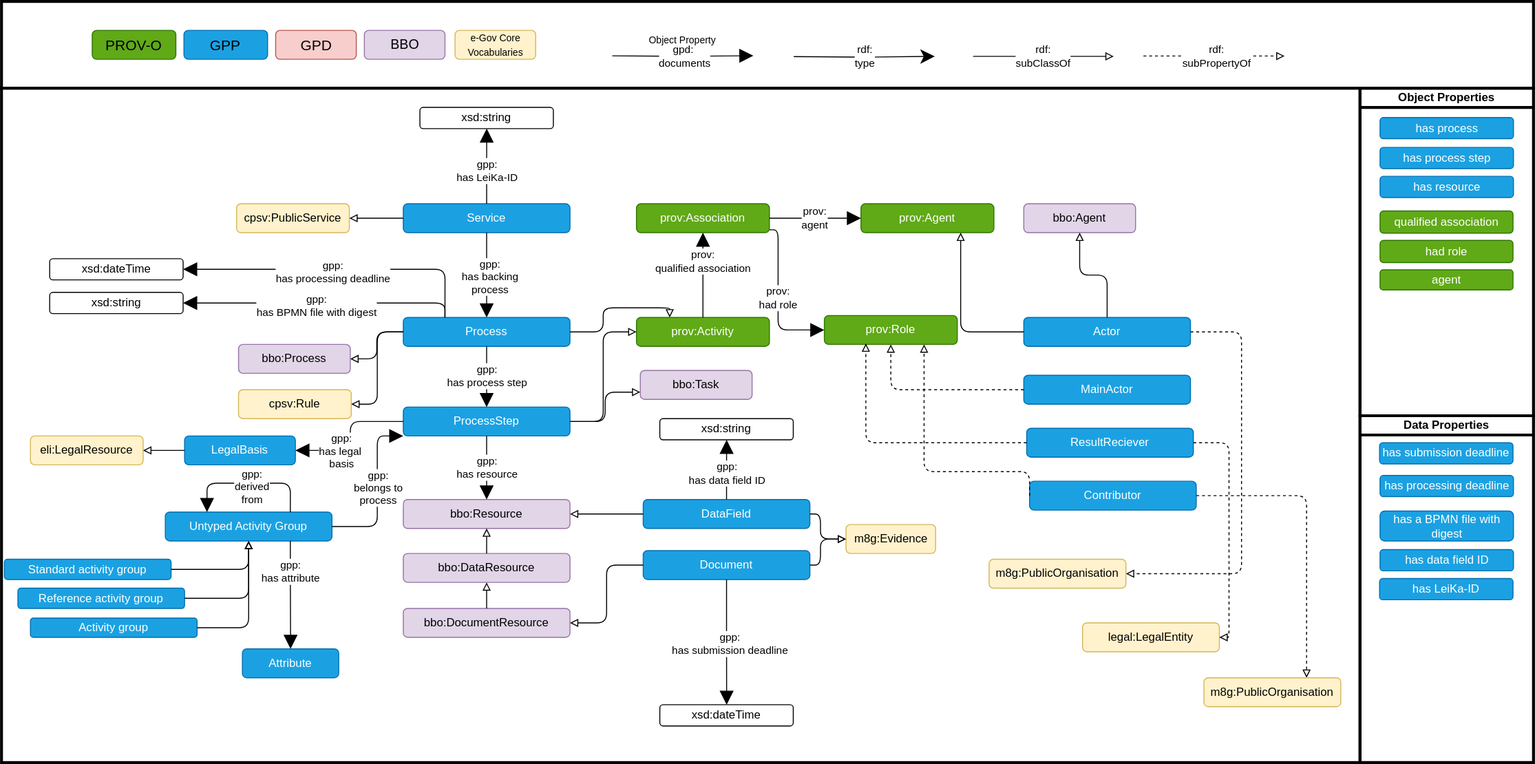
Earlier version of the draw.io export ontology/gop_diagram.svg (fusion-jena/GerPS-Process). Source tidied: cells renumbered, new cells last; positions are measured from the earlier drawing's top-left corner, leaving out a move shared by most shapes.
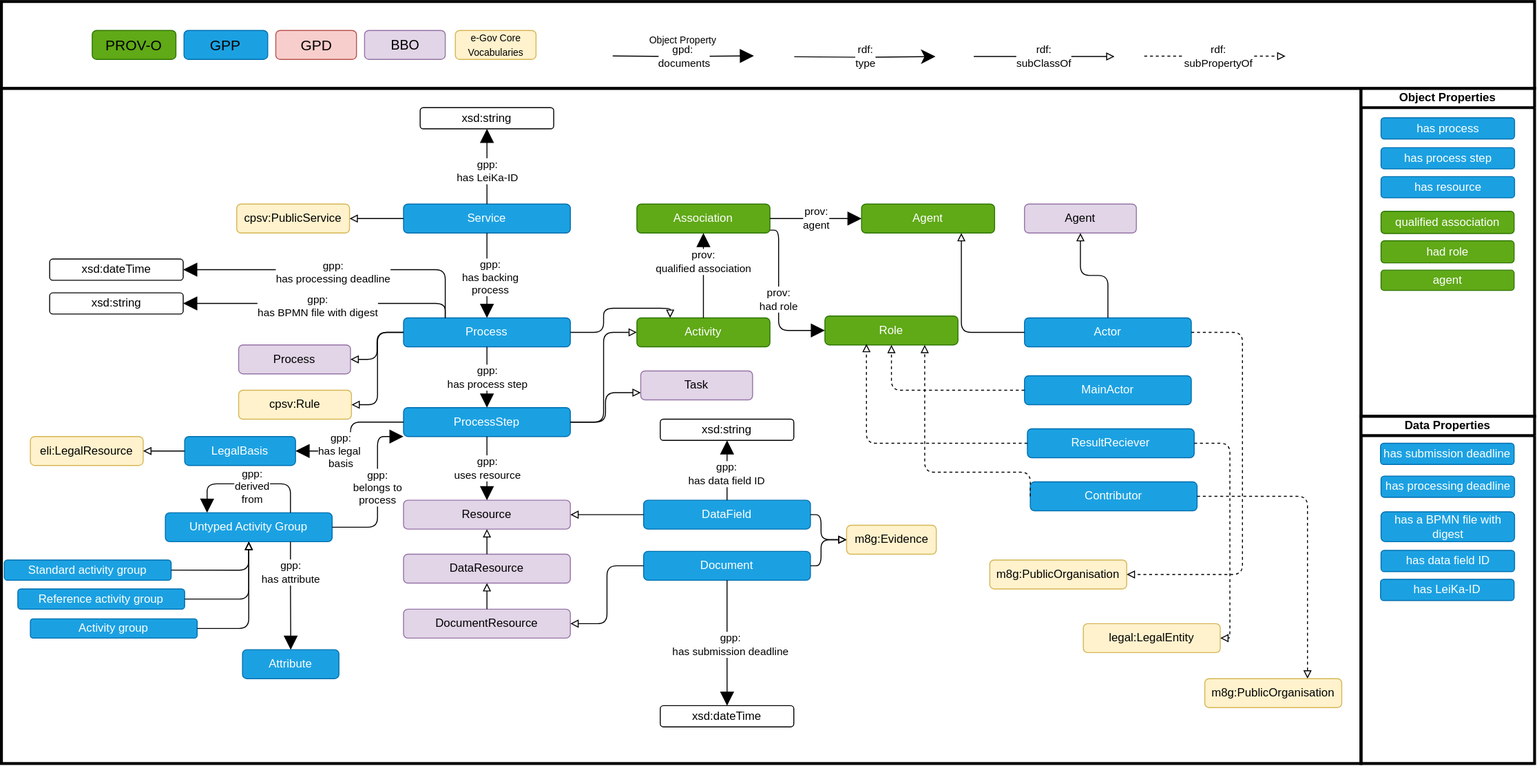
The same file after the commit.

Commit message:
fix typo in diagram

The edit, as a diff of the source:
```diff
@@ -14,7 +14,7 @@
     <mxCell id="5" value="cpsv:Rule" style="rounded=1;whiteSpace=wrap;html=1;fillColor=#fff2cc;strokeColor=#d6b656;" parent="1" vertex="1">
       <mxGeometry x="246" y="403" width="117" height="30" as="geometry" />
     </mxCell>
-    <mxCell id="6" value="bbo:Process" style="rounded=1;whiteSpace=wrap;html=1;fillColor=#e1d5e7;strokeColor=#9673a6;" parent="1" vertex="1">
+    <mxCell id="6" value="Process" style="rounded=1;whiteSpace=wrap;html=1;fillColor=#e1d5e7;strokeColor=#9673a6;" parent="1" vertex="1">
       <mxGeometry x="246" y="356" width="116" height="30" as="geometry" />
     </mxCell>
     <mxCell id="7" value="LegalBasis" style="rounded=1;whiteSpace=wrap;html=1;fillColor=#1ba1e2;fontColor=#ffffff;strokeColor=#006EAF;" parent="1" vertex="1">
@@ -32,22 +32,22 @@
     <mxCell id="11" value="ProcessStep" style="rounded=1;whiteSpace=wrap;html=1;fillColor=#1ba1e2;fontColor=#ffffff;strokeColor=#006EAF;" parent="1" vertex="1">
       <mxGeometry x="417" y="421" width="173" height="30" as="geometry" />
     </mxCell>
-    <mxCell id="12" value="bbo:Resource" style="rounded=1;whiteSpace=wrap;html=1;fillColor=#e1d5e7;strokeColor=#9673a6;" parent="1" vertex="1">
+    <mxCell id="12" value="Resource" style="rounded=1;whiteSpace=wrap;html=1;fillColor=#e1d5e7;strokeColor=#9673a6;" parent="1" vertex="1">
       <mxGeometry x="417" y="517" width="173" height="30" as="geometry" />
     </mxCell>
-    <mxCell id="13" value="bbo:DataResource" style="rounded=1;whiteSpace=wrap;html=1;fillColor=#e1d5e7;strokeColor=#9673a6;" parent="1" vertex="1">
+    <mxCell id="13" value="DataResource" style="rounded=1;whiteSpace=wrap;html=1;fillColor=#e1d5e7;strokeColor=#9673a6;" parent="1" vertex="1">
       <mxGeometry x="417" y="573" width="173" height="30" as="geometry" />
     </mxCell>
-    <mxCell id="14" value="bbo:DocumentResource" style="rounded=1;whiteSpace=wrap;html=1;fillColor=#e1d5e7;strokeColor=#9673a6;" parent="1" vertex="1">
+    <mxCell id="14" value="DocumentResource" style="rounded=1;whiteSpace=wrap;html=1;fillColor=#e1d5e7;strokeColor=#9673a6;" parent="1" vertex="1">
       <mxGeometry x="417" y="630" width="173" height="30" as="geometry" />
     </mxCell>
-    <mxCell id="15" value="prov:Association" style="rounded=1;whiteSpace=wrap;html=1;fillColor=#60a917;fontColor=#ffffff;strokeColor=#2D7600;" parent="1" vertex="1">
+    <mxCell id="15" value="Association" style="rounded=1;whiteSpace=wrap;html=1;fillColor=#60a917;fontColor=#ffffff;strokeColor=#2D7600;" parent="1" vertex="1">
       <mxGeometry x="659" y="210" width="138" height="30" as="geometry" />
     </mxCell>
-    <mxCell id="16" value="prov:Activity" style="rounded=1;whiteSpace=wrap;html=1;fillColor=#60a917;fontColor=#ffffff;strokeColor=#2D7600;" parent="1" vertex="1">
+    <mxCell id="16" value="Activity" style="rounded=1;whiteSpace=wrap;html=1;fillColor=#60a917;fontColor=#ffffff;strokeColor=#2D7600;" parent="1" vertex="1">
       <mxGeometry x="659" y="328" width="138" height="30" as="geometry" />
     </mxCell>
-    <mxCell id="17" value="bbo:Task" style="rounded=1;whiteSpace=wrap;html=1;fillColor=#e1d5e7;strokeColor=#9673a6;" parent="1" vertex="1">
+    <mxCell id="17" value="Task" style="rounded=1;whiteSpace=wrap;html=1;fillColor=#e1d5e7;strokeColor=#9673a6;" parent="1" vertex="1">
       <mxGeometry x="663" y="383" width="116" height="30" as="geometry" />
     </mxCell>
     <mxCell id="18" value="DataField" style="rounded=1;whiteSpace=wrap;html=1;fillColor=#1ba1e2;fontColor=#ffffff;strokeColor=#006EAF;" parent="1" vertex="1">
@@ -56,16 +56,16 @@
     <mxCell id="19" value="Document" style="rounded=1;whiteSpace=wrap;html=1;fillColor=#1ba1e2;fontColor=#ffffff;strokeColor=#006EAF;" parent="1" vertex="1">
       <mxGeometry x="666" y="570" width="173" height="30" as="geometry" />
     </mxCell>
-    <mxCell id="20" value="prov:Agent" style="rounded=1;whiteSpace=wrap;html=1;fillColor=#60a917;fontColor=#ffffff;strokeColor=#2D7600;" parent="1" vertex="1">
+    <mxCell id="20" value="Agent" style="rounded=1;whiteSpace=wrap;html=1;fillColor=#60a917;fontColor=#ffffff;strokeColor=#2D7600;" parent="1" vertex="1">
       <mxGeometry x="892" y="210" width="138" height="30" as="geometry" />
     </mxCell>
-    <mxCell id="21" value="prov:Role" style="rounded=1;whiteSpace=wrap;html=1;fillColor=#60a917;fontColor=#ffffff;strokeColor=#2D7600;" parent="1" vertex="1">
+    <mxCell id="21" value="Role" style="rounded=1;whiteSpace=wrap;html=1;fillColor=#60a917;fontColor=#ffffff;strokeColor=#2D7600;" parent="1" vertex="1">
       <mxGeometry x="854" y="326" width="138" height="30" as="geometry" />
     </mxCell>
     <mxCell id="22" value="m8g:Evidence" style="rounded=1;whiteSpace=wrap;html=1;fillColor=#fff2cc;strokeColor=#d6b656;" parent="1" vertex="1">
       <mxGeometry x="876.5" y="543" width="93" height="30" as="geometry" />
     </mxCell>
-    <mxCell id="23" value="bbo:Agent" style="rounded=1;whiteSpace=wrap;html=1;fillColor=#e1d5e7;strokeColor=#9673a6;" parent="1" vertex="1">
+    <mxCell id="23" value="Agent" style="rounded=1;whiteSpace=wrap;html=1;fillColor=#e1d5e7;strokeColor=#9673a6;" parent="1" vertex="1">
       <mxGeometry x="1061" y="210" width="116" height="30" as="geometry" />
     </mxCell>
     <mxCell id="24" value="Actor" style="rounded=1;whiteSpace=wrap;html=1;fillColor=#1ba1e2;fontColor=#ffffff;strokeColor=#006EAF;" parent="1" vertex="1">
@@ -122,7 +122,7 @@
     <mxCell id="37" value="gpp:&lt;div&gt;has process step&lt;/div&gt;" style="endArrow=block;endFill=1;endSize=12;html=1;rounded=1;edgeStyle=orthogonalEdgeStyle;curved=0;" parent="1" edge="1" source="10" target="11">
       <mxGeometry relative="1" as="geometry" />
     </mxCell>
-    <mxCell id="38" value="gpp:&lt;div&gt;has resource&lt;/div&gt;" style="endArrow=block;endFill=1;endSize=12;html=1;rounded=1;edgeStyle=orthogonalEdgeStyle;curved=0;" parent="1" edge="1" source="11" target="12">
+    <mxCell id="38" value="gpp:&lt;div&gt;uses resource&lt;/div&gt;" style="endArrow=block;endFill=1;endSize=12;html=1;rounded=1;edgeStyle=orthogonalEdgeStyle;curved=0;" parent="1" edge="1" source="11" target="12">
       <mxGeometry relative="1" as="geometry" />
     </mxCell>
     <mxCell id="39" style="endArrow=block;endFill=0;html=1;rounded=1;edgeStyle=orthogonalEdgeStyle;curved=0;" parent="1" edge="1" source="13" target="12">
```
